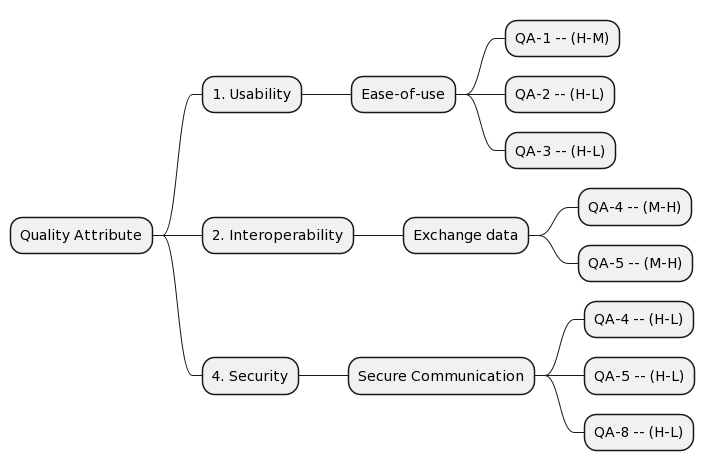
Bruno-Macedo/Soft.Arch keeps this PlantUML diagram as assets/quality_tree.png. Above is the earlier version.
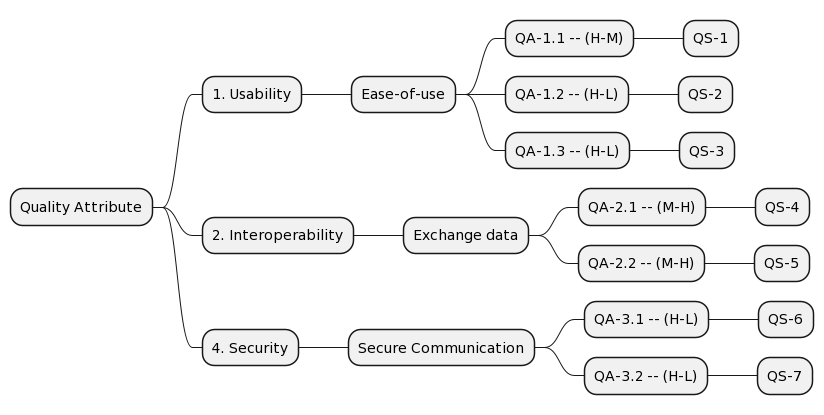
The same file after the commit.

Commit message:
picture tree bigger

What changed in the source:
```diff
@@ -2,16 +2,22 @@
 * Quality Attribute
 	* 1. Usability
 		* Ease-of-use
-			* QA-1 -- (H-M)
-			* QA-2 -- (H-L)
-			* QA-3 -- (H-L)
+			* QA-1.1 -- (H-M)
+				* QS-1
+			* QA-1.2 -- (H-L)
+				* QS-2
+			* QA-1.3 -- (H-L)
+				* QS-3
 	* 2. Interoperability
 		* Exchange data
-			* QA-4 -- (M-H)
-			* QA-5 -- (M-H)
+			* QA-2.1 -- (M-H)
+				* QS-4
+			* QA-2.2 -- (M-H)
+				* QS-5
 	* 4. Security
 		* Secure Communication
-			* QA-4 -- (H-L)
-			* QA-5 -- (H-L)
-			* QA-8 -- (H-L)
+			* QA-3.1 -- (H-L)
+				* QS-6
+			* QA-3.2 -- (H-L)
+				* QS-7
 @endmindmap
```
